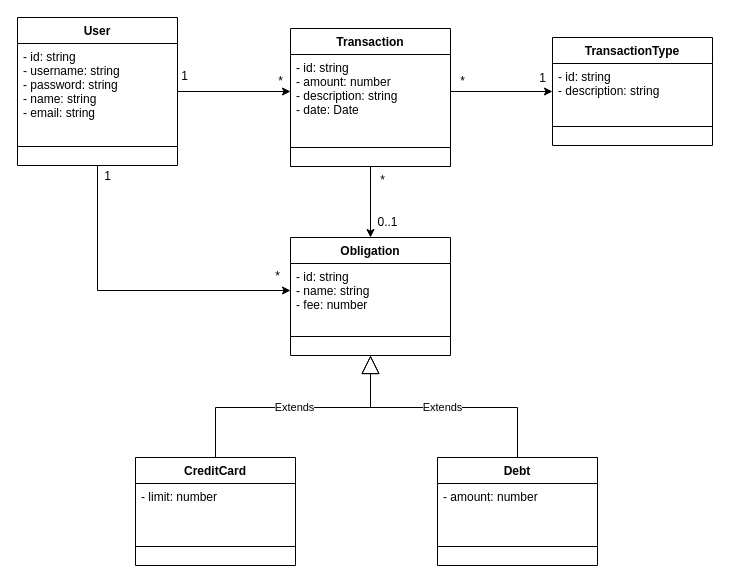
acastillo9/budget keeps this draw.io diagram as page "Entities" (2 of 2) of budget-app.drawio. Above is the earlier version. Source tidied: cells renumbered, new cells numbered last; positions are measured from the earlier drawing's top-left corner, leaving out a move shared by most shapes. Both pictures are drawn from the tidied source at 100%, with x=0, y=0 at pixel (17, 17).
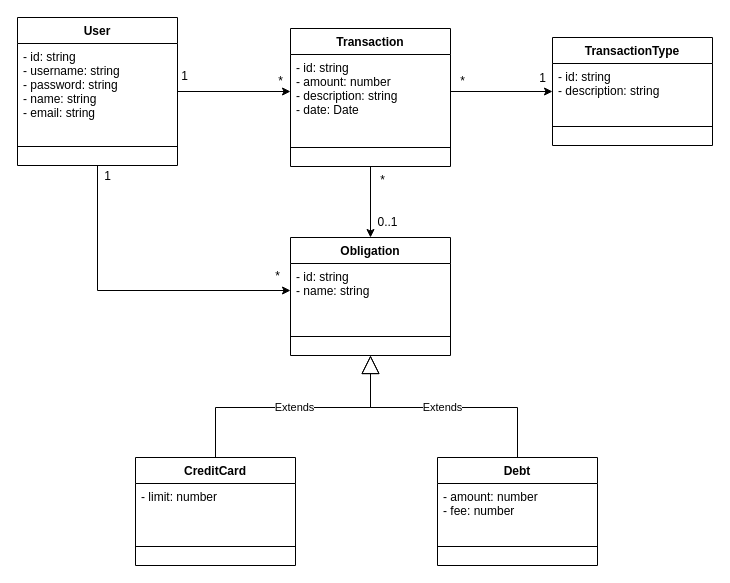
After the change.

Unchanged cells that the change refers to:
```xml
<mxCell id="18" value="Obligation" style="swimlane;fontStyle=1;align=center;verticalAlign=top;horizontal=1;startSize=26;" parent="1" vertex="1">
  <mxGeometry x="273" y="220" width="160" height="118" as="geometry" />
</mxCell>
<mxCell id="26" value="Debt" style="swimlane;fontStyle=1;align=center;verticalAlign=top;horizontal=1;startSize=26;" parent="1" vertex="1">
  <mxGeometry x="420" y="440" width="160" height="108" as="geometry" />
</mxCell>
```

The edit, as a diff of the source:
```diff
@@
-    <mxCell id="19" value="- id: string&#10;- name: string&#10;- fee: number" style="text;strokeColor=none;fillColor=none;align=left;verticalAlign=top;spacingLeft=4;spacingRight=4;overflow=hidden;points=[[0,0.5],[1,0.5]];portConstraint=eastwest;" parent="18" vertex="1">
+    <mxCell id="19" value="- id: string&#10;- name: string" style="text;strokeColor=none;fillColor=none;align=left;verticalAlign=top;spacingLeft=4;spacingRight=4;overflow=hidden;points=[[0,0.5],[1,0.5]];portConstraint=eastwest;" parent="18" vertex="1">
       <mxGeometry y="26" width="160" height="54" as="geometry" />
     </mxCell>
@@
-    <mxCell id="27" value="- amount: number" style="text;strokeColor=none;fillColor=none;align=left;verticalAlign=top;spacingLeft=4;spacingRight=4;overflow=hidden;" parent="26" vertex="1">
+    <mxCell id="27" value="- amount: number&#10;- fee: number" style="text;strokeColor=none;fillColor=none;align=left;verticalAlign=top;spacingLeft=4;spacingRight=4;overflow=hidden;" parent="26" vertex="1">
       <mxGeometry y="26" width="160" height="44" as="geometry" />
     </mxCell>
```
